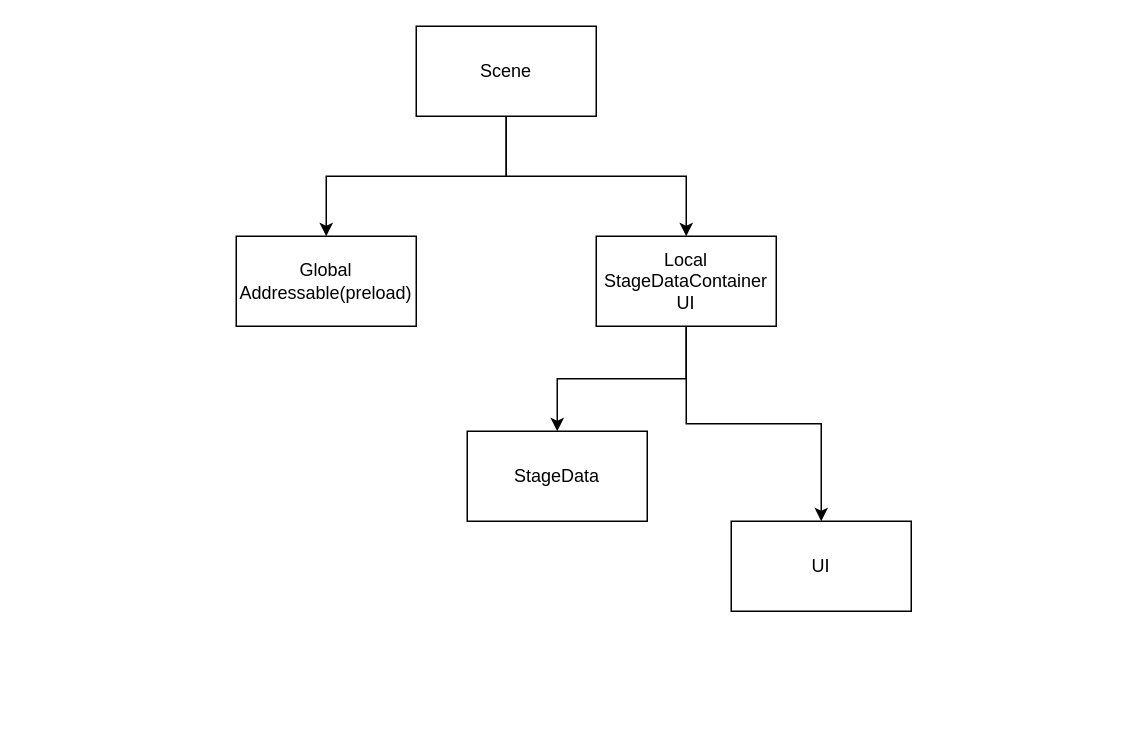
The draw.io diagram page "Stage Data Flow" (11 of 12) of Diagram.drawio in ClapJeong/LRGame, before the edit. Source tidied: cells renumbered, new cells numbered last; positions are measured from the earlier drawing's top-left corner, leaving out a move shared by most shapes. Both pictures are drawn from the tidied source at 150%, with x=0, y=0 at pixel (236, 26).
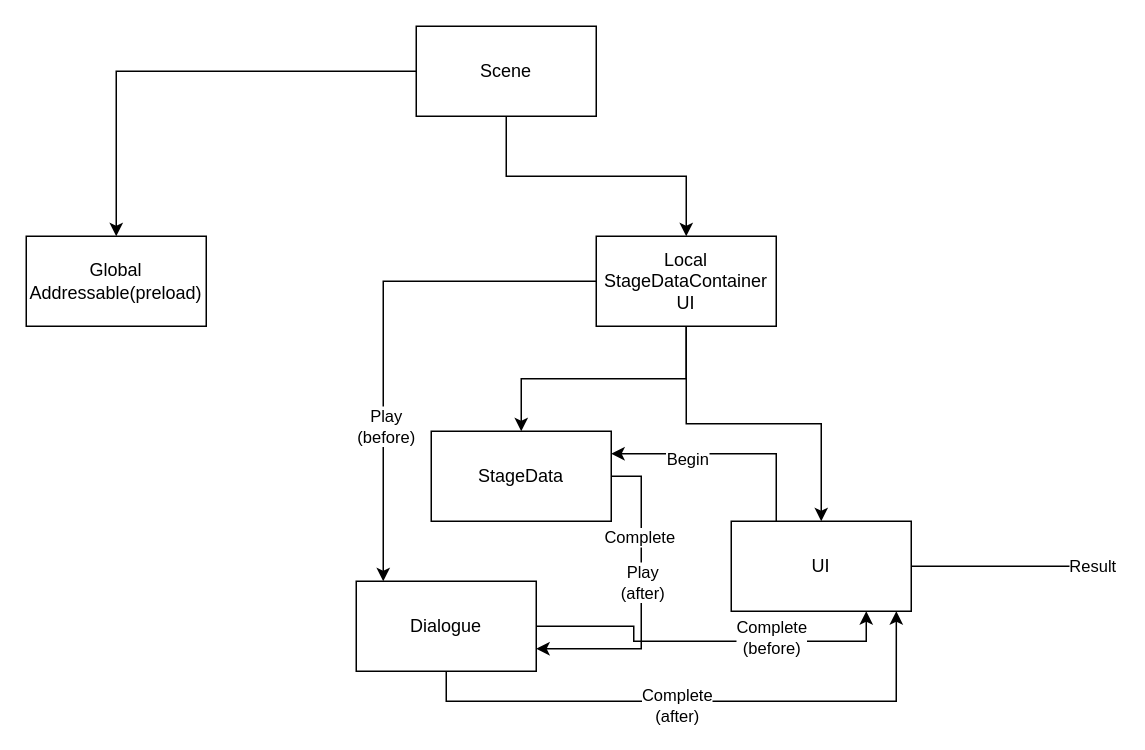
The same page after the edit.

Unchanged cells that the change refers to:
```xml
<mxCell id="8" value="Local&lt;div&gt;StageDataContainer&lt;/div&gt;&lt;div&gt;UI&lt;/div&gt;" style="rounded=0;whiteSpace=wrap;html=1;" parent="1" vertex="1">
  <mxGeometry x="240" y="140" width="120" height="60" as="geometry" />
</mxCell>
<mxCell id="10" value="UI" style="rounded=0;whiteSpace=wrap;html=1;" parent="1" vertex="1">
  <mxGeometry x="330" y="330" width="120" height="60" as="geometry" />
</mxCell>
```

The edit, as a diff of the source:
```diff
@@
     <mxCell id="5" value="Global&lt;div&gt;Addressable(preload)&lt;/div&gt;" style="rounded=0;whiteSpace=wrap;html=1;" parent="1" vertex="1">
-      <mxGeometry y="140" width="120" height="60" as="geometry" />
+      <mxGeometry x="-140" y="140" width="120" height="60" as="geometry" />
     </mxCell>
@@
+    <mxCell id="11" style="edgeStyle=orthogonalEdgeStyle;rounded=0;jettySize=auto;html=1;exitX=1;exitY=0.5;exitDx=0;exitDy=0;entryX=1;entryY=0.75;entryDx=0;entryDy=0;" parent="1" edge="1" source="9" target="20">
+      <mxGeometry relative="1" as="geometry" />
+    </mxCell>
+    <mxCell id="12" value="Complete" style="edgeLabel;html=1;align=center;verticalAlign=middle;" parent="11" vertex="1">
+      <mxGeometry x="-0.28" y="-2" relative="1" as="geometry">
+        <mxPoint y="-14" as="offset" />
+      </mxGeometry>
+    </mxCell>
+    <mxCell id="13" value="Play&lt;div&gt;(after)&lt;/div&gt;" style="edgeLabel;html=1;align=center;verticalAlign=middle;" parent="11" vertex="1">
+      <mxGeometry x="0.15" y="3" relative="1" as="geometry">
+        <mxPoint x="-3" y="-28" as="offset" />
+      </mxGeometry>
+    </mxCell>
     <mxCell id="9" value="StageData" style="rounded=0;whiteSpace=wrap;html=1;" parent="1" vertex="1">
-      <mxGeometry x="154" y="270" width="120" height="60" as="geometry" />
+      <mxGeometry x="130" y="270" width="120" height="60" as="geometry" />
     </mxCell>
+    <mxCell id="14" style="edgeStyle=orthogonalEdgeStyle;rounded=0;jettySize=auto;html=1;exitX=0.25;exitY=0;exitDx=0;exitDy=0;entryX=1;entryY=0.25;entryDx=0;entryDy=0;" parent="1" edge="1" source="10" target="9">
+      <mxGeometry relative="1" as="geometry" />
+    </mxCell>
+    <mxCell id="15" value="Begin" style="edgeLabel;html=1;align=center;verticalAlign=middle;" parent="14" vertex="1">
+      <mxGeometry x="0.35" y="3" relative="1" as="geometry" />
+    </mxCell>
+    <mxCell id="16" style="edgeStyle=orthogonalEdgeStyle;rounded=0;jettySize=auto;html=1;exitX=1;exitY=0.5;exitDx=0;exitDy=0;" parent="1" edge="1" source="10">
+      <mxGeometry relative="1" as="geometry">
+        <mxPoint x="580" y="360" as="targetPoint" />
+      </mxGeometry>
+    </mxCell>
+    <mxCell id="17" value="Result" style="edgeLabel;html=1;align=center;verticalAlign=middle;" parent="16" vertex="1">
+      <mxGeometry x="0.86" y="1" relative="1" as="geometry" />
+    </mxCell>
@@
+    <mxCell id="18" style="edgeStyle=orthogonalEdgeStyle;rounded=0;jettySize=auto;html=1;exitX=1;exitY=0.5;exitDx=0;exitDy=0;entryX=0.75;entryY=1;entryDx=0;entryDy=0;" parent="1" edge="1" source="20" target="10">
+      <mxGeometry relative="1" as="geometry" />
+    </mxCell>
+    <mxCell id="19" value="Complete&lt;div&gt;(before)&lt;/div&gt;" style="edgeLabel;html=1;align=center;verticalAlign=middle;" parent="18" vertex="1">
+      <mxGeometry x="0.33" y="3" relative="1" as="geometry" />
+    </mxCell>
+    <mxCell id="20" value="Dialogue" style="rounded=0;whiteSpace=wrap;html=1;" parent="1" vertex="1">
+      <mxGeometry x="80" y="370" width="120" height="60" as="geometry" />
+    </mxCell>
+    <mxCell id="21" style="edgeStyle=orthogonalEdgeStyle;rounded=0;jettySize=auto;html=1;exitX=0;exitY=0.5;exitDx=0;exitDy=0;entryX=0.15;entryY=0;entryDx=0;entryDy=0;entryPerimeter=0;" parent="1" edge="1" source="8" target="20">
+      <mxGeometry relative="1" as="geometry" />
+    </mxCell>
+    <mxCell id="22" value="Play&lt;div&gt;(before)&lt;/div&gt;" style="edgeLabel;html=1;align=center;verticalAlign=middle;" parent="21" vertex="1">
+      <mxGeometry x="0.39" y="1" relative="1" as="geometry" />
+    </mxCell>
+    <mxCell id="23" style="edgeStyle=orthogonalEdgeStyle;rounded=0;jettySize=auto;html=1;exitX=0.5;exitY=1;exitDx=0;exitDy=0;entryX=0.917;entryY=1;entryDx=0;entryDy=0;entryPerimeter=0;" parent="1" edge="1" source="20" target="10">
+      <mxGeometry relative="1" as="geometry" />
+    </mxCell>
+    <mxCell id="24" value="Complete&lt;div&gt;(after)&lt;/div&gt;" style="edgeLabel;html=1;align=center;verticalAlign=middle;" parent="23" vertex="1">
+      <mxGeometry x="-0.09" y="-2" relative="1" as="geometry" />
+    </mxCell>
```
